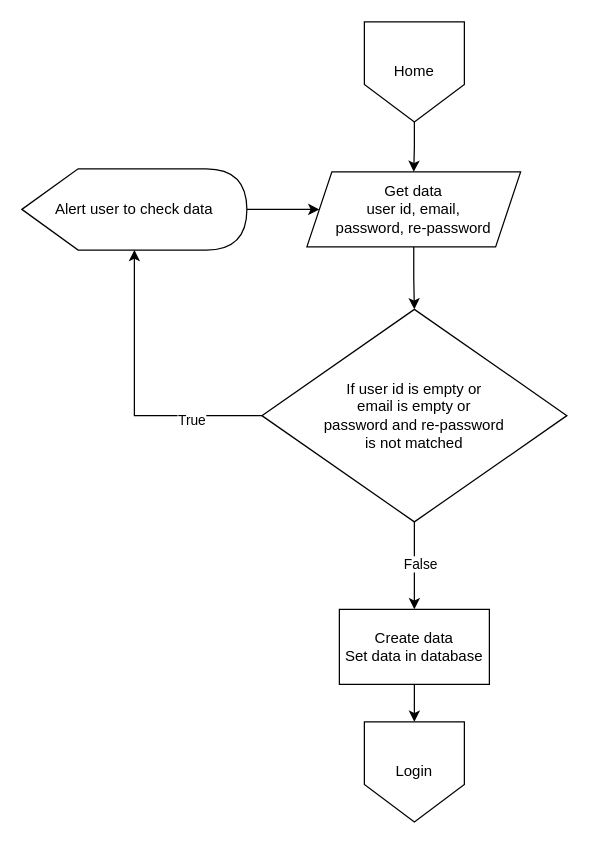
The draw.io diagram page "Register" (2 of 4) of diagrams/program.drawio in University-Bangkok-JW/cs497-project, before the edit. Source tidied: cells renumbered, new cells numbered last; positions are measured from the earlier drawing's top-left corner, leaving out a move shared by most shapes. Both pictures are drawn from the tidied source at 125%, with x=0, y=0 at pixel (21, 21).
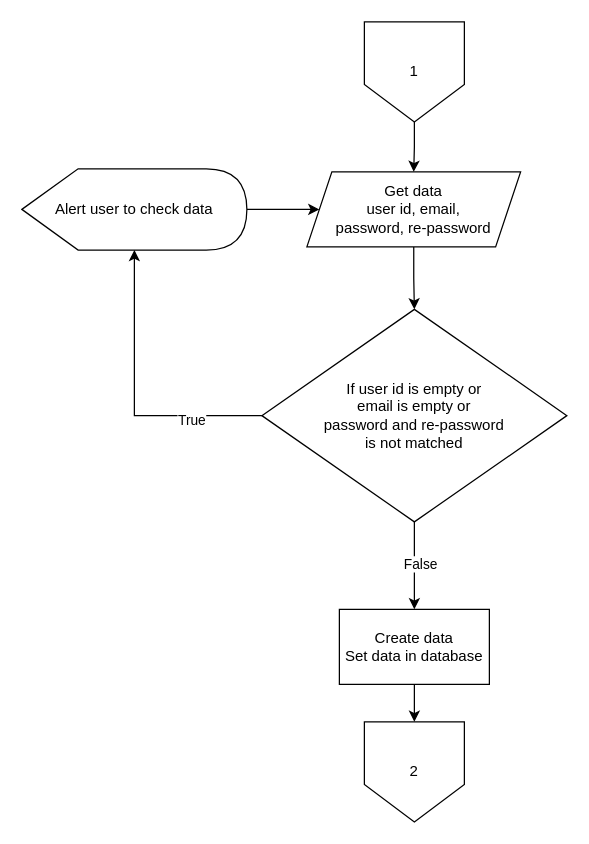
After the change.

The edit, as a diff of the source:
```diff
@@
 <mxGraphModel>
   <root>
     <mxCell id="0" />
     <mxCell id="1" parent="0" />
     <mxCell id="2" style="edgeStyle=orthogonalEdgeStyle;rounded=0;jettySize=auto;html=1;" parent="1" edge="1" source="3" target="5">
       <mxGeometry relative="1" as="geometry" />
     </mxCell>
-    <mxCell id="3" value="Home" style="shape=offPageConnector;whiteSpace=wrap;html=1;" parent="1" vertex="1">
+    <mxCell id="3" value="1" style="shape=offPageConnector;whiteSpace=wrap;html=1;" parent="1" vertex="1">
       <mxGeometry x="274" width="80" height="80" as="geometry" />
     </mxCell>
     <mxCell id="4" style="edgeStyle=orthogonalEdgeStyle;rounded=0;jettySize=auto;html=1;" parent="1" edge="1" source="5" target="12">
       <mxGeometry relative="1" as="geometry" />
     </mxCell>
     <mxCell id="5" value="Get data&lt;div&gt;user id, email,&lt;/div&gt;&lt;div&gt;&lt;span style=&quot;background-color: initial;&quot;&gt;password, re-password&lt;/span&gt;&lt;/div&gt;" style="shape=parallelogram;perimeter=parallelogramPerimeter;whiteSpace=wrap;html=1;fixedSize=1;" parent="1" vertex="1">
       <mxGeometry x="228" y="120" width="171" height="60" as="geometry" />
     </mxCell>
     <mxCell id="6" style="edgeStyle=orthogonalEdgeStyle;rounded=0;jettySize=auto;html=1;" parent="1" edge="1" source="7" target="15">
       <mxGeometry relative="1" as="geometry" />
     </mxCell>
     <mxCell id="7" value="Create data&lt;div&gt;Set data in database&lt;/div&gt;" style="rounded=0;whiteSpace=wrap;html=1;" parent="1" vertex="1">
       <mxGeometry x="254" y="470" width="120" height="60" as="geometry" />
     </mxCell>
     <mxCell id="8" style="edgeStyle=orthogonalEdgeStyle;rounded=0;jettySize=auto;html=1;" parent="1" edge="1" source="12" target="14">
       <mxGeometry relative="1" as="geometry" />
     </mxCell>
     <mxCell id="9" value="True" style="edgeLabel;html=1;align=center;verticalAlign=middle;" parent="8" vertex="1">
       <mxGeometry x="-0.51" y="3" relative="1" as="geometry" />
     </mxCell>
     <mxCell id="10" style="edgeStyle=orthogonalEdgeStyle;rounded=0;jettySize=auto;html=1;" parent="1" edge="1" source="12" target="7">
       <mxGeometry relative="1" as="geometry" />
     </mxCell>
     <mxCell id="11" value="False" style="edgeLabel;html=1;align=center;verticalAlign=middle;" parent="10" vertex="1">
       <mxGeometry x="-0.06" y="4" relative="1" as="geometry" />
     </mxCell>
     <mxCell id="12" value="If user id is empty or&lt;div&gt;email is empty&amp;nbsp;&lt;span style=&quot;background-color: initial;&quot;&gt;or&lt;/span&gt;&lt;/div&gt;&lt;div&gt;&lt;span style=&quot;background-color: initial;&quot;&gt;password and re-password&lt;/span&gt;&lt;/div&gt;&lt;div&gt;&lt;span style=&quot;background-color: initial;&quot;&gt;is not matched&lt;br&gt;&lt;/span&gt;&lt;/div&gt;" style="rhombus;whiteSpace=wrap;html=1;" parent="1" vertex="1">
       <mxGeometry x="192" y="230" width="244" height="170" as="geometry" />
     </mxCell>
     <mxCell id="13" style="edgeStyle=orthogonalEdgeStyle;rounded=0;jettySize=auto;html=1;" parent="1" edge="1" source="14" target="5">
       <mxGeometry relative="1" as="geometry" />
     </mxCell>
     <mxCell id="14" value="Alert user to check data" style="shape=display;whiteSpace=wrap;html=1;" parent="1" vertex="1">
       <mxGeometry y="117.5" width="180" height="65" as="geometry" />
     </mxCell>
-    <mxCell id="15" value="Login" style="shape=offPageConnector;whiteSpace=wrap;html=1;" parent="1" vertex="1">
+    <mxCell id="15" value="2" style="shape=offPageConnector;whiteSpace=wrap;html=1;" parent="1" vertex="1">
       <mxGeometry x="274" y="560" width="80" height="80" as="geometry" />
     </mxCell>
   </root>
 </mxGraphModel>
```
